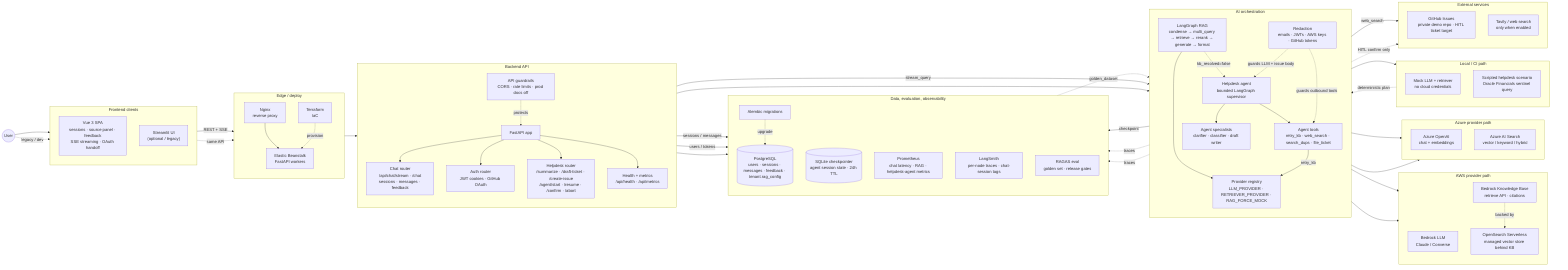
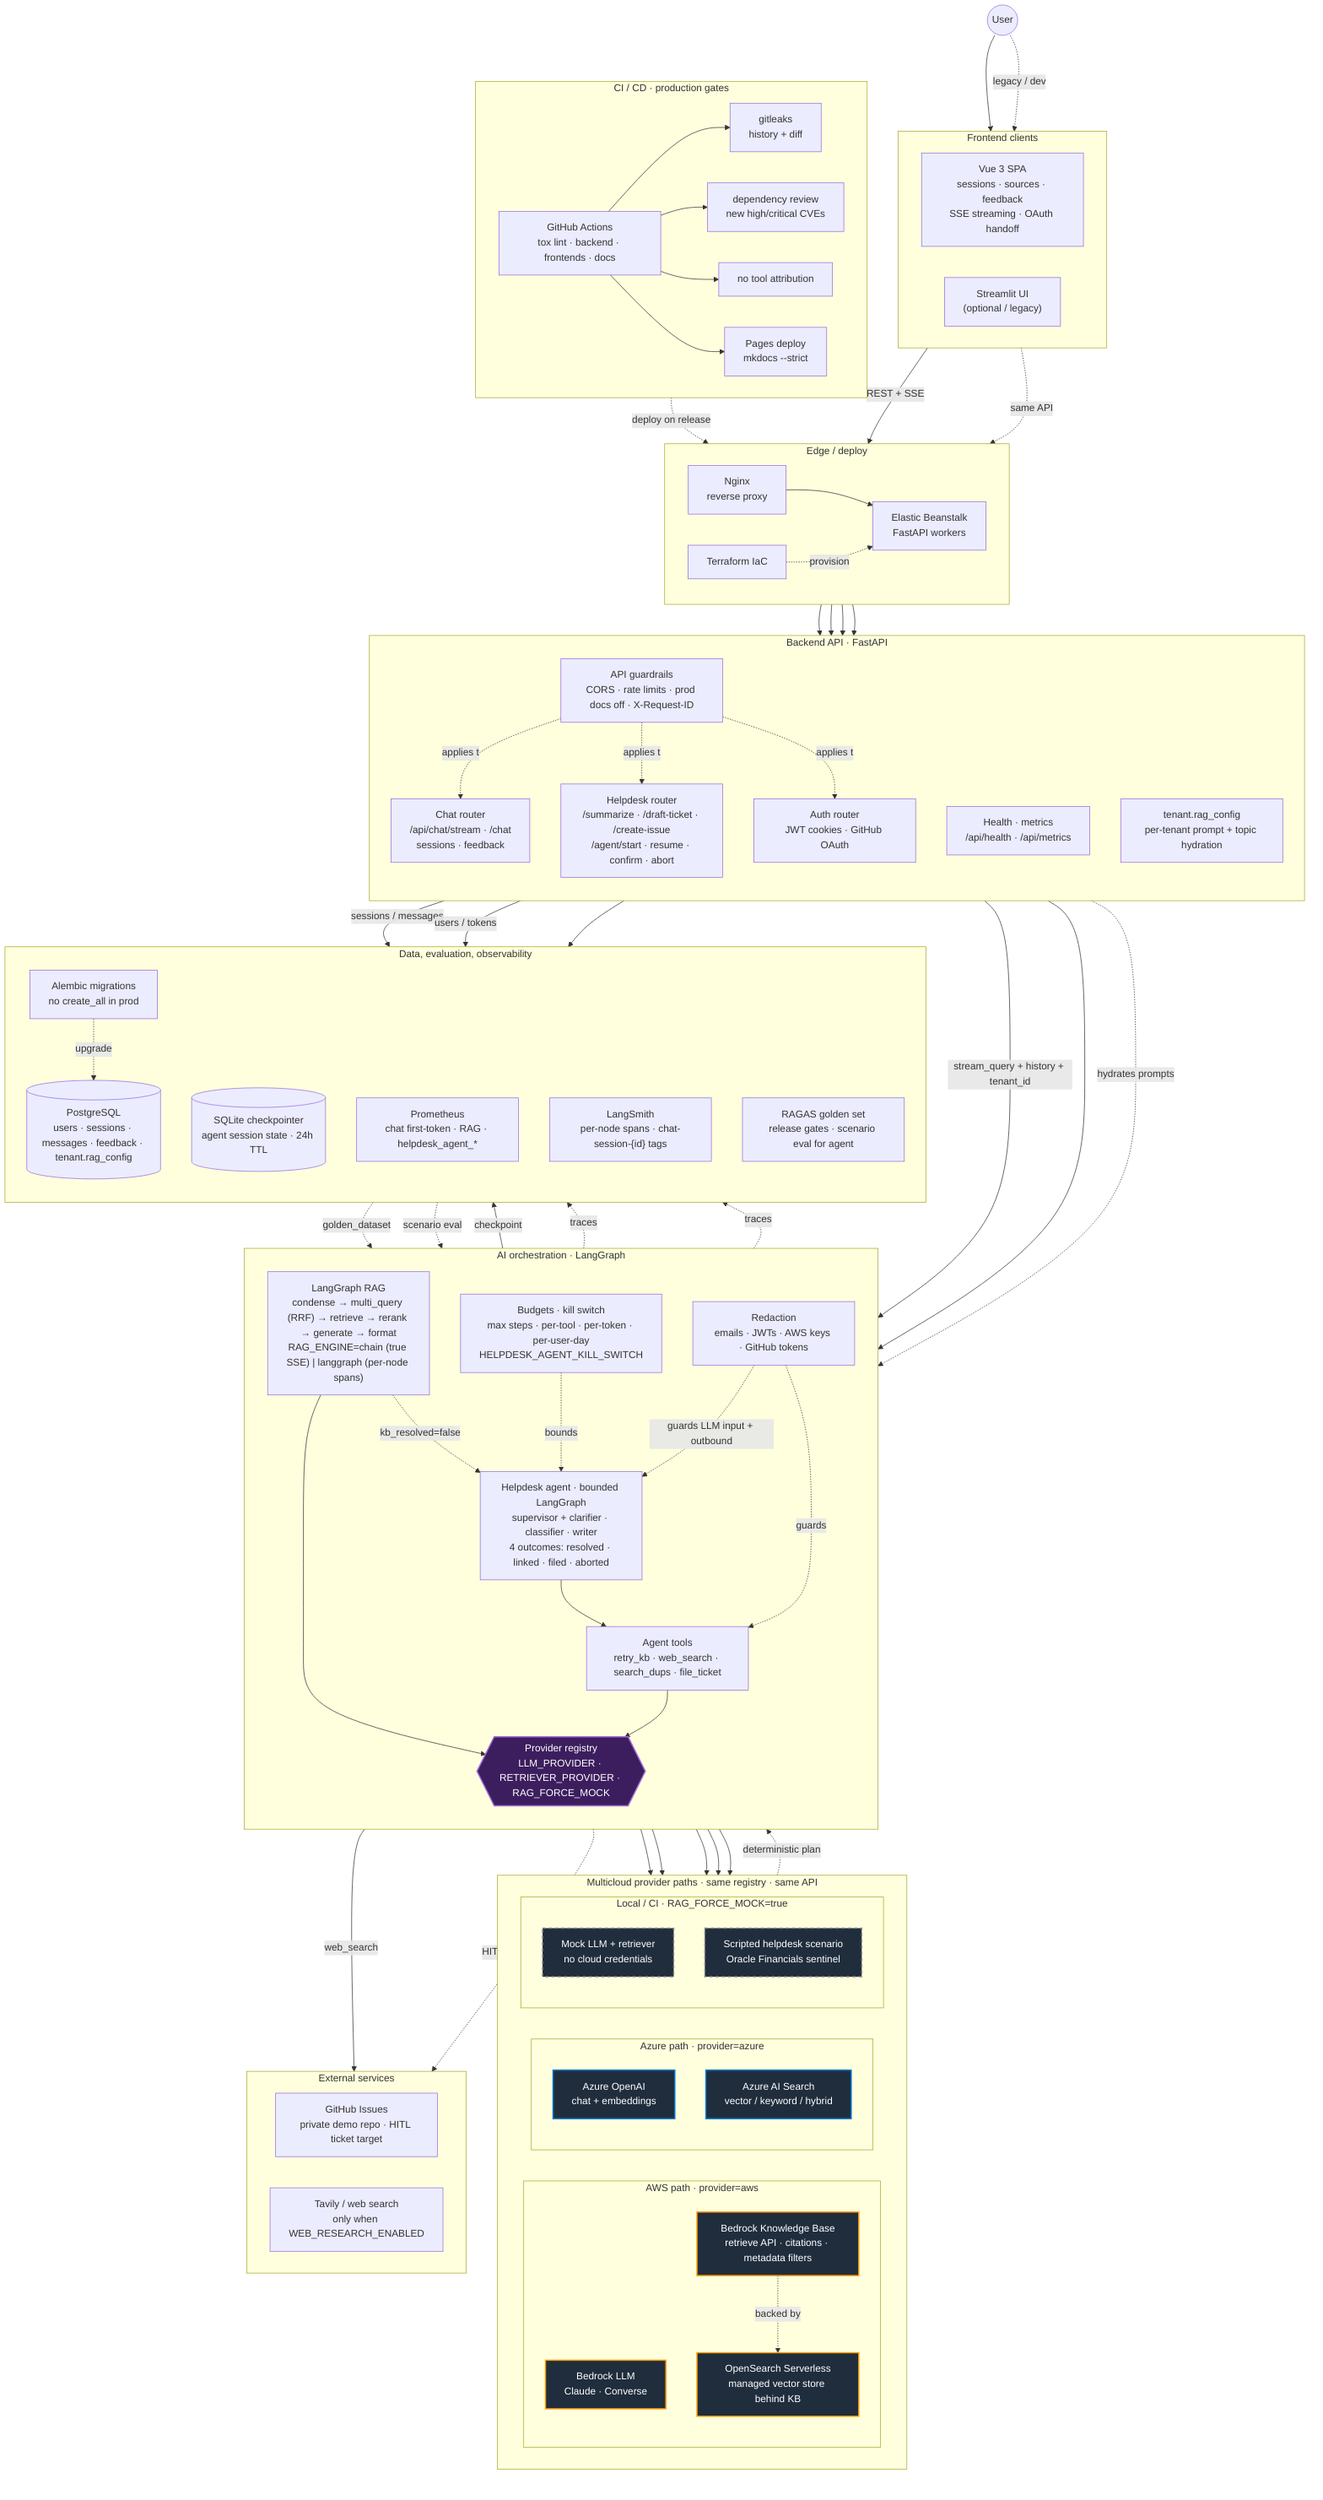
%% Campus RAG Assistant — detailed architecture (v3)
- %% Medium-detail source of truth: enough detail for architecture review without
- %% the edge-spaghetti of architecture_detailed_v2.
- flowchart LR
+ %% Portfolio framing: same Vue + FastAPI app runs across AWS Bedrock,
+ %% Azure OpenAI/AI Search, and a mock CI mode — the multicloud provider
+ %% registry is the centerpiece. Per-stage AI-engineering detail lives
+ %% in rag_pipeline_v3.mmd; the helpdesk agent topology lives in
+ %% docs/roadmap/HELPDESK_AGENT.md.
+ flowchart TB
  User((User))

  subgraph FE ["Frontend clients"]
-     direction TB
-     Vue["Vue 3 SPA<br/>sessions · source panel · feedback<br/>SSE streaming · OAuth handoff"]
+     direction LR
+     Vue["Vue 3 SPA<br/>sessions · sources · feedback<br/>SSE streaming · OAuth handoff"]
    Streamlit["Streamlit UI<br/>(optional / legacy)"]
  end

  subgraph Edge ["Edge / deploy"]
-     direction TB
+     direction LR
    Nginx["Nginx<br/>reverse proxy"]
    EB["Elastic Beanstalk<br/>FastAPI workers"]
-     Terraform["Terraform<br/>IaC"]
+     Terraform["Terraform IaC"]
  end

-   subgraph API ["Backend API"]
+   subgraph API ["Backend API · FastAPI"]
    direction TB
-     FastAPI["FastAPI app"]
-     ChatAPI["Chat router<br/>/api/chat/stream · /chat<br/>sessions · messages · feedback"]
+     ChatAPI["Chat router<br/>/api/chat/stream · /chat<br/>sessions · feedback"]
    AuthAPI["Auth router<br/>JWT cookies · GitHub OAuth"]
-     HelpAPI["Helpdesk router<br/>/summarize · /draft-ticket · /create-issue<br/>/agent/start · /resume · /confirm · /abort"]
-     MetricsAPI["Health + metrics<br/>/api/health · /api/metrics"]
-     Guardrails["API guardrails<br/>CORS · rate limits · prod docs off"]
+     HelpAPI["Helpdesk router<br/>/summarize · /draft-ticket · /create-issue<br/>/agent/start · resume · confirm · abort"]
+     MetricsAPI["Health · metrics<br/>/api/health · /api/metrics"]
+     Guardrails["API guardrails<br/>CORS · rate limits · prod docs off · X-Request-ID"]
+     TenantConfig["tenant.rag_config<br/>per-tenant prompt + topic hydration"]
  end

-   subgraph AI ["AI orchestration"]
+   subgraph AI ["AI orchestration · LangGraph"]
    direction TB
-     RAG["LangGraph RAG<br/>condense → multi_query → retrieve → rerank → generate → format"]
-     Registry["Provider registry<br/>LLM_PROVIDER · RETRIEVER_PROVIDER · RAG_FORCE_MOCK"]
-     Helpdesk["Helpdesk agent<br/>bounded LangGraph supervisor"]
-     Specialists["Agent specialists<br/>clarifier · classifier · draft writer"]
+     RAG["LangGraph RAG<br/>condense → multi_query (RRF) → retrieve → rerank → generate → format<br/>RAG_ENGINE=chain (true SSE) | langgraph (per-node spans)"]
+     Helpdesk["Helpdesk agent · bounded LangGraph<br/>supervisor + clarifier · classifier · writer<br/>4 outcomes: resolved · linked · filed · aborted"]
    Tools["Agent tools<br/>retry_kb · web_search · search_dups · file_ticket"]
    Redaction["Redaction<br/>emails · JWTs · AWS keys · GitHub tokens"]
+     Budgets["Budgets · kill switch<br/>max steps · per-tool · per-token · per-user-day<br/>HELPDESK_AGENT_KILL_SWITCH"]
+     Registry{{"Provider registry<br/>LLM_PROVIDER · RETRIEVER_PROVIDER · RAG_FORCE_MOCK"}}
  end

-   subgraph AWS ["AWS provider path"]
-     direction TB
-     BedrockLLM["Bedrock LLM<br/>Claude / Converse"]
-     BedrockKB["Bedrock Knowledge Base<br/>retrieve API · citations"]
-     OpenSearch["OpenSearch Serverless<br/>managed vector store behind KB"]
-   end
- 
-   subgraph Azure ["Azure provider path"]
-     direction TB
-     AzureOpenAI["Azure OpenAI<br/>chat + embeddings"]
-     AzureSearch["Azure AI Search<br/>vector / keyword / hybrid"]
-   end
- 
-   subgraph Mock ["Local / CI path"]
-     direction TB
-     MockProvider["Mock LLM + retriever<br/>no cloud credentials"]
-     MockAgent["Scripted helpdesk scenario<br/>Oracle Financials sentinel query"]
+   subgraph Multicloud ["Multicloud provider paths · same registry · same API"]
+     direction LR
+     subgraph AWS ["AWS path · provider=aws"]
+       direction TB
+       BedrockLLM["Bedrock LLM<br/>Claude · Converse"]
+       BedrockKB["Bedrock Knowledge Base<br/>retrieve API · citations · metadata filters"]
+       OpenSearch["OpenSearch Serverless<br/>managed vector store behind KB"]
+     end
+     subgraph Azure ["Azure path · provider=azure"]
+       direction TB
+       AzureOpenAI["Azure OpenAI<br/>chat + embeddings"]
+       AzureSearch["Azure AI Search<br/>vector / keyword / hybrid"]
+     end
+     subgraph Mock ["Local / CI · RAG_FORCE_MOCK=true"]
+       direction TB
+       MockProvider["Mock LLM + retriever<br/>no cloud credentials"]
+       MockAgent["Scripted helpdesk scenario<br/>Oracle Financials sentinel"]
+     end
  end

  subgraph External ["External services"]
-     direction TB
+     direction LR
    GitHub["GitHub Issues<br/>private demo repo · HITL ticket target"]
-     Tavily["Tavily / web search<br/>only when enabled"]
+     Tavily["Tavily / web search<br/>only when WEB_RESEARCH_ENABLED"]
  end

  subgraph DataObs ["Data, evaluation, observability"]
    direction TB
    Postgres[("PostgreSQL<br/>users · sessions · messages · feedback · tenant.rag_config")]
    SQLite[("SQLite checkpointer<br/>agent session state · 24h TTL")]
-     Prometheus["Prometheus<br/>chat latency · RAG · helpdesk-agent metrics"]
-     LangSmith["LangSmith<br/>per-node traces · chat-session tags"]
-     RAGAS["RAGAS eval<br/>golden set · release gates"]
-     Alembic["Alembic migrations"]
+     Alembic["Alembic migrations<br/>no create_all in prod"]
+     Prometheus["Prometheus<br/>chat first-token · RAG · helpdesk_agent_*"]
+     LangSmith["LangSmith<br/>per-node spans · chat-session-{id} tags"]
+     RAGAS["RAGAS golden set<br/>release gates · scenario eval for agent"]
+   end
+ 
+   subgraph CICD ["CI / CD · production gates"]
+     direction LR
+     GHA["GitHub Actions<br/>tox lint · backend · frontends · docs"]
+     Gitleaks["gitleaks<br/>history + diff"]
+     DepReview["dependency review<br/>new high/critical CVEs"]
+     NoAttr["no tool attribution"]
+     Pages["Pages deploy<br/>mkdocs --strict"]
  end

  %% Primary user path
  User --> Vue
  User -.legacy / dev.-> Streamlit
  Vue -->|REST + SSE| Nginx
  Streamlit -.same API.-> Nginx
-   Nginx --> EB --> FastAPI
+   Nginx --> EB
  Terraform -.provision.-> EB

-   %% FastAPI routers
-   FastAPI --> ChatAPI
-   FastAPI --> AuthAPI
-   FastAPI --> HelpAPI
-   FastAPI --> MetricsAPI
-   Guardrails -.protects.-> FastAPI
+   %% Edge → API
+   EB --> ChatAPI
+   EB --> AuthAPI
+   EB --> HelpAPI
+   EB --> MetricsAPI
+   Guardrails -.applies to.-> ChatAPI
+   Guardrails -.applies to.-> HelpAPI
+   Guardrails -.applies to.-> AuthAPI

-   %% Core RAG flow
-   ChatAPI -->|stream_query| RAG
+   %% API → AI
+   ChatAPI -->|stream_query + history + tenant_id| RAG
+   HelpAPI --> Helpdesk
+   TenantConfig -.hydrates prompts.-> RAG
+ 
+   %% AI orchestration
  RAG --> Registry
+   Tools --> Registry
+   Helpdesk --> Tools
+   Budgets -.bounds.-> Helpdesk
+   Redaction -.guards LLM input + outbound.-> Helpdesk
+   Redaction -.guards.-> Tools
+   RAG -.kb_resolved=false.-> Helpdesk
+ 
+   %% Provider registry → multicloud
  Registry --> BedrockLLM
  Registry --> BedrockKB
  BedrockKB -.backed by.-> OpenSearch
  Registry --> AzureOpenAI
  Registry --> AzureSearch
  Registry --> MockProvider
+   MockAgent -.deterministic plan.-> Helpdesk

-   %% Helpdesk escalation and tools
-   RAG -.kb_resolved=false.-> Helpdesk
-   HelpAPI --> Helpdesk
-   Helpdesk --> Specialists
-   Helpdesk --> Tools
-   Tools -->|retry_kb| Registry
+   %% Tools → external
  Tools -->|web_search| Tavily
  Tools -.HITL confirm only.-> GitHub
-   Redaction -.guards LLM + issue body.-> Helpdesk
-   Redaction -.guards outbound tools.-> Tools
-   MockAgent -.deterministic plan.-> Helpdesk

  %% Persistence and observability
  ChatAPI -->|sessions / messages| Postgres
  AuthAPI -->|users / tokens| Postgres
  Helpdesk -->|checkpoint| SQLite
  Alembic -.upgrade.-> Postgres
  MetricsAPI --> Prometheus
  RAG -.traces.-> LangSmith
  Helpdesk -.traces.-> LangSmith
  RAGAS -.golden_dataset.-> RAG
+   RAGAS -.scenario eval.-> Helpdesk
+ 
+   %% CI/CD gates protect the deploy
+   GHA --> Gitleaks
+   GHA --> DepReview
+   GHA --> NoAttr
+   GHA --> Pages
+   GHA -.deploy on release.-> EB
+ 
+   %% Style classes — emphasise multicloud lanes
+   classDef awsLane fill:#1f2d3d,stroke:#ff9900,stroke-width:2px,color:#ffffff
+   classDef azureLane fill:#1f2d3d,stroke:#0078d4,stroke-width:2px,color:#ffffff
+   classDef mockLane fill:#1f2d3d,stroke:#888,stroke-width:2px,stroke-dasharray:5 5,color:#ffffff
+   classDef registryNode fill:#3c1e5e,stroke:#a06cd5,stroke-width:2px,color:#ffffff
+   class BedrockLLM,BedrockKB,OpenSearch awsLane
+   class AzureOpenAI,AzureSearch azureLane
+   class MockProvider,MockAgent mockLane
+   class Registry registryNode
